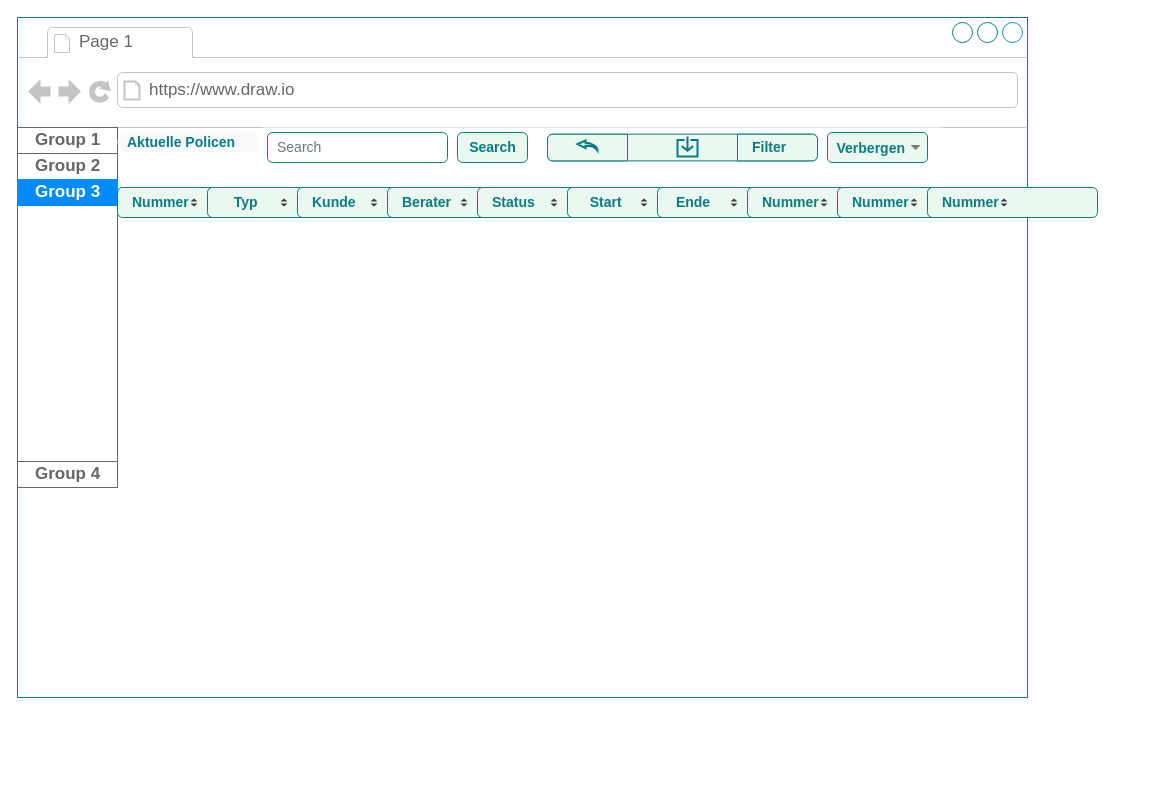
This is Untitled Diagram.drawio from Alina38400/BalticStrap, a draw.io file, before an edit. Source tidied: cells renumbered, new cells numbered last; positions are measured from the earlier drawing's top-left corner, leaving out a move shared by most shapes. Both pictures are drawn from the tidied source at 100%, with x=0, y=0 at pixel (17, 17).
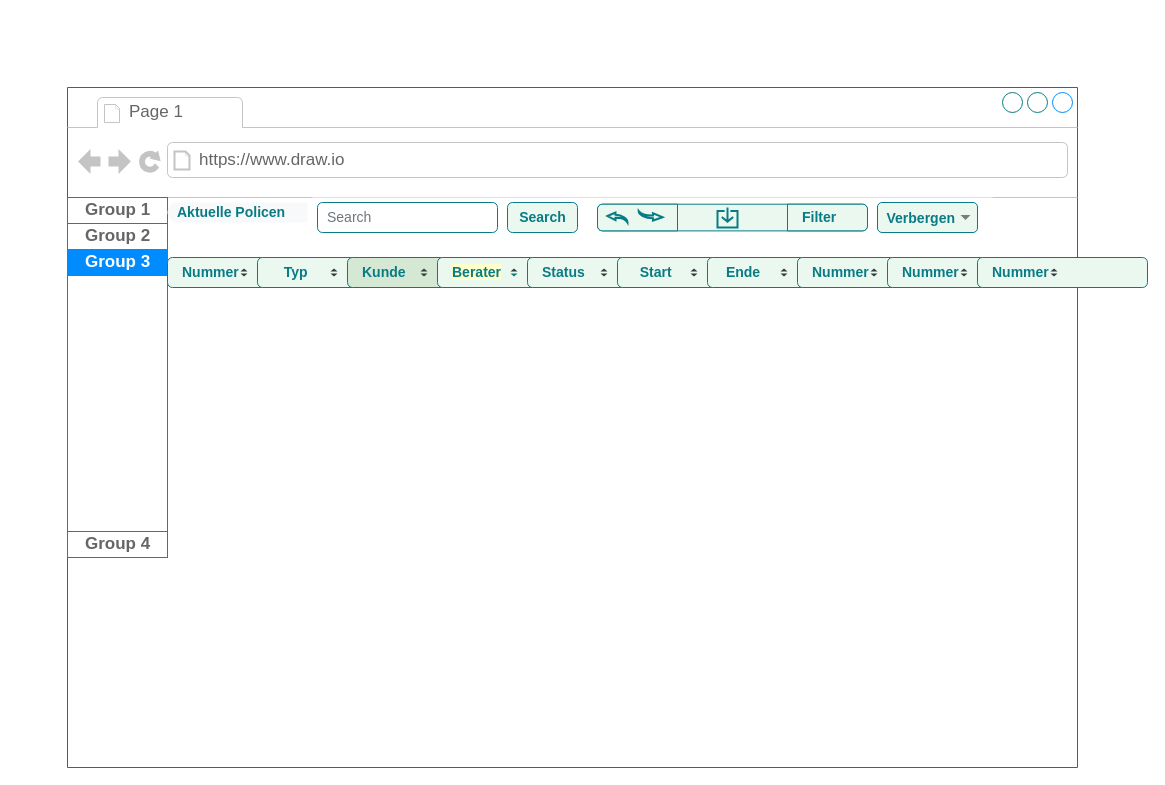
The same page after the edit.

What changed in the source:
```diff
@@
     <mxCell id="2" style="strokeWidth=1;shadow=0;dashed=0;align=center;html=1;shape=mxgraph.mockup.containers.browserWindow;rSize=0;strokeColor2=#008cff;strokeColor3=#c4c4c4;mainText=,;strokeColor=#087C84;" parent="1" vertex="1">
-      <mxGeometry width="1010" height="680" as="geometry" />
+      <mxGeometry x="50" y="70" width="1010" height="680" as="geometry" />
     </mxCell>
@@
     <mxCell id="22" style="html=1;verticalLabelPosition=bottom;align=center;labelBackgroundColor=#ffffff;verticalAlign=top;strokeWidth=2;shadow=0;dashed=0;shape=mxgraph.ios7.icons.back;rounded=1;fontSize=16;fontColor=#181819;fillColor=#EBF8F0;strokeColor=#087C84;" parent="2" vertex="1">
-      <mxGeometry x="560" y="123" width="20" height="10" as="geometry" />
+      <mxGeometry x="540" y="125" width="20" height="10" as="geometry" />
     </mxCell>
@@
-    <mxCell id="26" value="&lt;font color=&quot;#087C84&quot;&gt;&lt;b&gt;Kunde&lt;/b&gt;&lt;/font&gt;" style="html=1;shadow=0;dashed=0;shape=mxgraph.bootstrap.rrect;rSize=5;html=1;whiteSpace=wrap;fontColor=#7D868C;align=left;spacing=15;fontSize=14;fillColor=#EBF8F0;strokeColor=#087C84;" parent="2" vertex="1">
+    <mxCell id="26" value="&lt;font color=&quot;#087C84&quot;&gt;&lt;b&gt;Kunde&lt;/b&gt;&lt;/font&gt;" style="html=1;shadow=0;dashed=0;shape=mxgraph.bootstrap.rrect;rSize=5;html=1;whiteSpace=wrap;fontColor=#7D868C;align=left;spacing=15;fontSize=14;strokeColor=#087C84;fillColor=#D5E8D4;" parent="2" vertex="1">
       <mxGeometry x="280" y="170" width="170" height="30" as="geometry" />
     </mxCell>
@@
-    <mxCell id="29" value="&lt;font color=&quot;#087C84&quot;&gt;&lt;b&gt;Berater&lt;/b&gt;&lt;/font&gt;" style="html=1;shadow=0;dashed=0;shape=mxgraph.bootstrap.rrect;rSize=5;html=1;whiteSpace=wrap;fontColor=#7D868C;align=left;spacing=15;fontSize=14;fillColor=#EBF8F0;strokeColor=#087C84;" parent="2" vertex="1">
+    <mxCell id="29" value="&lt;span style=&quot;background-color: rgb(255 , 255 , 204)&quot;&gt;&lt;font color=&quot;#087C84&quot;&gt;&lt;b&gt;Berater&lt;/b&gt;&lt;/font&gt;&lt;/span&gt;" style="html=1;shadow=0;dashed=0;shape=mxgraph.bootstrap.rrect;rSize=5;html=1;whiteSpace=wrap;fontColor=#7D868C;align=left;spacing=15;fontSize=14;strokeColor=#087C84;fillColor=#EBF8F0;" parent="2" vertex="1">
       <mxGeometry x="370" y="170" width="170" height="30" as="geometry" />
     </mxCell>
-    <mxCell id="30" style="shape=triangle;direction=south;fillColor=#343A40;strokeColor=none;perimeter=none;" parent="29" vertex="1">
+    <mxCell id="30" style="shape=triangle;direction=south;strokeColor=none;perimeter=none;rounded=0;sketch=0;fillColor=#087C84;" parent="29" vertex="1">
       <mxGeometry x="1" y="0.5" width="7" height="3" relative="1" as="geometry">
         <mxPoint x="-97" y="1" as="offset" />
       </mxGeometry>
     </mxCell>
@@
+    <mxCell id="51" style="html=1;verticalLabelPosition=bottom;align=center;labelBackgroundColor=#ffffff;verticalAlign=top;strokeWidth=2;shadow=0;dashed=0;shape=mxgraph.ios7.icons.back;rounded=1;fontSize=16;fontColor=#181819;fillColor=#EBF8F0;strokeColor=#087C84;direction=north;rotation=-90;sketch=0;noLabel=1;" parent="2" vertex="1">
+      <mxGeometry x="578.3" y="116.4" width="9.5" height="23.8" as="geometry" />
+    </mxCell>
     <mxCell id="50" style="html=1;verticalLabelPosition=bottom;align=center;labelBackgroundColor=#ffffff;verticalAlign=top;strokeWidth=2;shadow=0;dashed=0;shape=mxgraph.ios7.icons.down;rounded=1;fontSize=16;fontColor=#181819;fillColor=#EBF8F0;strokeColor=#087C84;" parent="1" vertex="1">
-      <mxGeometry x="660" y="119" width="20" height="20" as="geometry" />
+      <mxGeometry x="700" y="190" width="20" height="20" as="geometry" />
     </mxCell>
```
